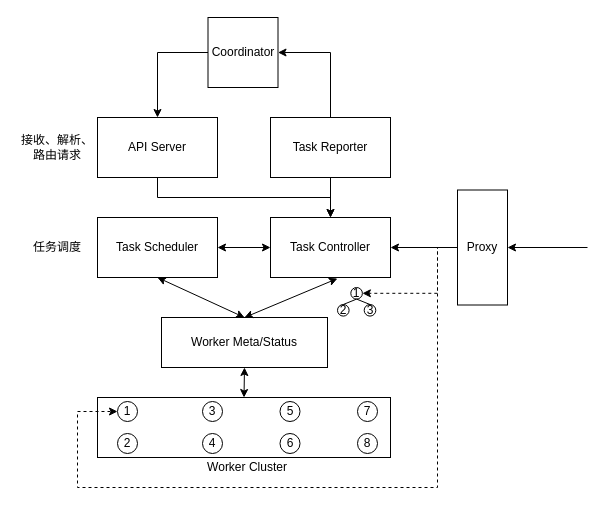
This is page "第 1 页" (1 of 3) of 高可靠架构.drawio from chlq1128/Mycode, a draw.io file, before an edit. Source tidied: cells renumbered, new cells numbered last; positions are measured from the earlier drawing's top-left corner, leaving out a move shared by most shapes. Both pictures are drawn from the tidied source at 100%, with x=0, y=0 at pixel (17, 17).
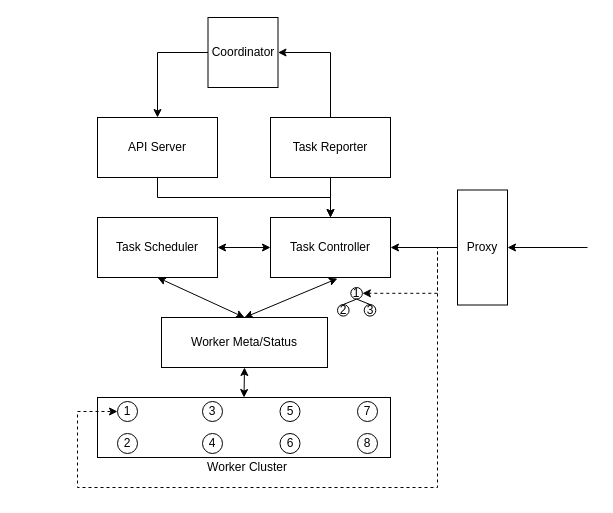
Above is the later version.

Commit message:
更新高可靠架构.drawio

The edit, as a diff of the source:
```diff
@@
-    <mxCell id="37" value="接收、解析、&lt;br&gt;路由请求" style="text;html=1;strokeColor=none;fillColor=none;align=center;verticalAlign=middle;whiteSpace=wrap;rounded=0;" parent="1" vertex="1">
-      <mxGeometry y="115" width="80" height="30" as="geometry" />
-    </mxCell>
-    <mxCell id="38" value="任务调度" style="text;html=1;strokeColor=none;fillColor=none;align=center;verticalAlign=middle;whiteSpace=wrap;rounded=0;" parent="1" vertex="1">
-      <mxGeometry y="215" width="80" height="30" as="geometry" />
-    </mxCell>
```
